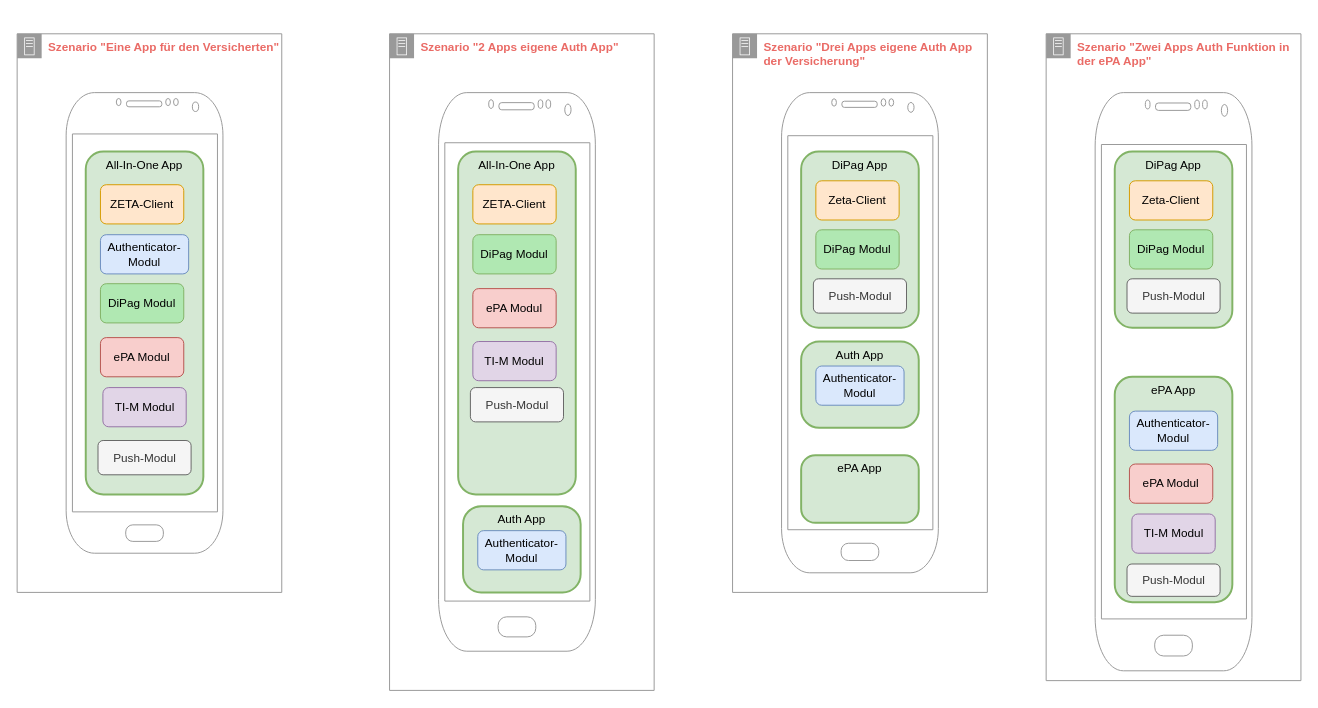
Above: image_src/DiPag_Integrationsszenarien.drawio in gematik/ig-versicherten-app (draw.io), before the change. Source tidied: cells renumbered, new cells numbered last; positions are measured from the earlier drawing's top-left corner, leaving out a move shared by most shapes. Both pictures are drawn from the tidied source at 98%, with x=0, y=0 at pixel (17, 33).
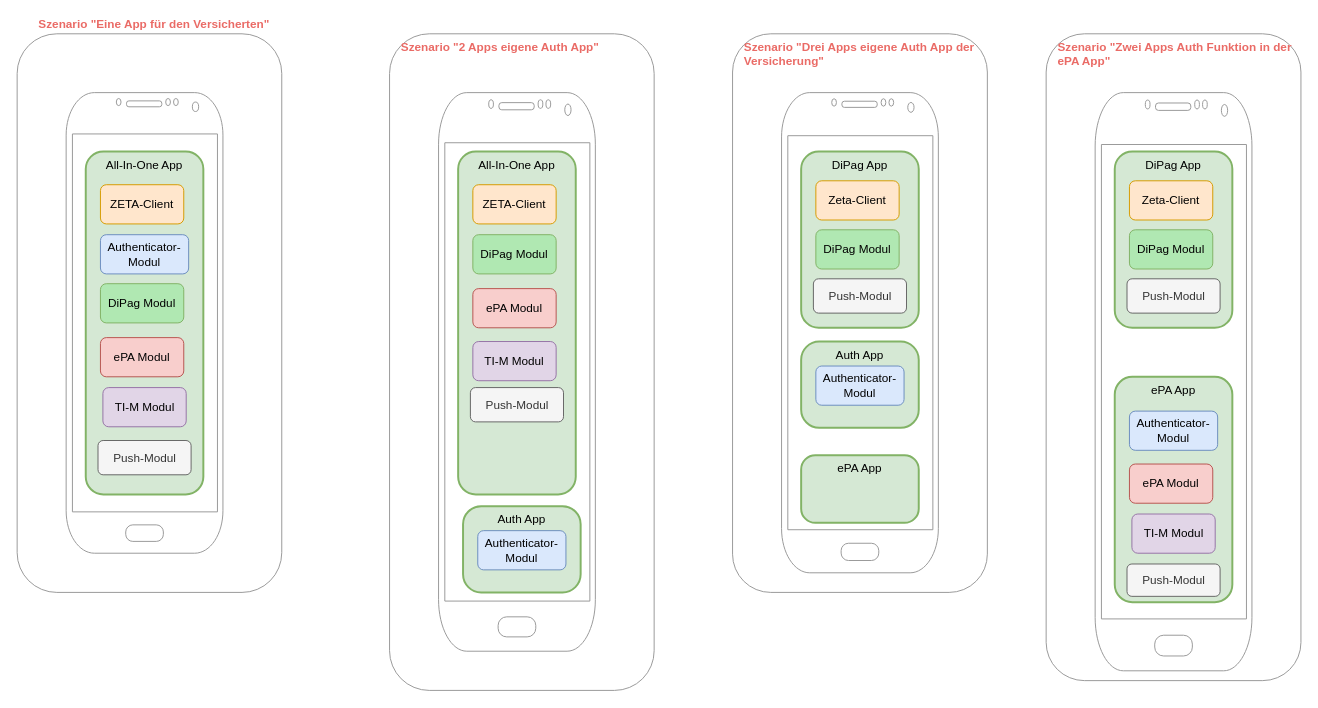
Above is the later version.

Commit message (it also covers changes not shown here):
docs: update integration scenarios and improve diagram clarity

The edit, as a diff of the source:
```diff
@@
-    <mxCell id="2" value="&lt;b style=&quot;border-color: var(--border-color); color: rgb(234, 107, 102);&quot;&gt;Szenario&amp;nbsp;&lt;/b&gt;&lt;font style=&quot;border-color: var(--border-color);&quot; color=&quot;#ea6b66&quot;&gt;&lt;b style=&quot;border-color: var(--border-color);&quot;&gt;&quot;Zwei Apps Auth Funktion in der ePA App&quot;&lt;/b&gt;&lt;/font&gt;" style="sketch=0;gradientColor=none;html=1;whiteSpace=wrap;fontSize=12;fontStyle=0;shape=mxgraph.aws4.group;grIcon=mxgraph.aws4.group_on_premise;strokeColor=#999999;fillColor=default;verticalAlign=top;align=left;spacingLeft=30;fontColor=#232F3E;dashed=0;" parent="1" vertex="1">
+    <mxCell id="2" value="&lt;b style=&quot;border-color: var(--border-color); color: rgb(234, 107, 102);&quot;&gt;Szenario&amp;nbsp;&lt;/b&gt;&lt;font style=&quot;border-color: var(--border-color);&quot; color=&quot;#ea6b66&quot;&gt;&lt;b style=&quot;border-color: var(--border-color);&quot;&gt;&quot;Zwei Apps Auth Funktion in der ePA App&quot;&lt;/b&gt;&lt;/font&gt;" style="rounded=1;whiteSpace=wrap;html=1;fontSize=12;fontStyle=0;strokeColor=#999999;fillColor=#FFFFFF;verticalAlign=top;align=left;spacingLeft=10;fontColor=#232F3E;dashed=0;" parent="1" vertex="1">
       <mxGeometry x="1050" width="260" height="660" as="geometry" />
     </mxCell>
@@
-    <mxCell id="4" value="&lt;b style=&quot;border-color: var(--border-color); color: rgb(234, 107, 102);&quot;&gt;Szenario&amp;nbsp;&lt;/b&gt;&lt;font style=&quot;border-color: var(--border-color);&quot; color=&quot;#ea6b66&quot;&gt;&lt;b style=&quot;border-color: var(--border-color);&quot;&gt;&quot;Drei Apps eigene Auth App der Versicherung&quot;&lt;/b&gt;&lt;/font&gt;" style="sketch=0;gradientColor=none;html=1;whiteSpace=wrap;fontSize=12;fontStyle=0;shape=mxgraph.aws4.group;grIcon=mxgraph.aws4.group_on_premise;strokeColor=#999999;fillColor=default;verticalAlign=top;align=left;spacingLeft=30;fontColor=#232F3E;dashed=0;" parent="1" vertex="1">
+    <mxCell id="4" value="&lt;b style=&quot;border-color: var(--border-color); color: rgb(234, 107, 102);&quot;&gt;Szenario&amp;nbsp;&lt;/b&gt;&lt;font style=&quot;border-color: var(--border-color);&quot; color=&quot;#ea6b66&quot;&gt;&lt;b style=&quot;border-color: var(--border-color);&quot;&gt;&quot;Drei Apps eigene Auth App der Versicherung&quot;&lt;/b&gt;&lt;/font&gt;" style="rounded=1;whiteSpace=wrap;html=1;fontSize=12;fontStyle=0;strokeColor=#999999;fillColor=#FFFFFF;verticalAlign=top;align=left;spacingLeft=10;fontColor=#232F3E;dashed=0;" parent="1" vertex="1">
       <mxGeometry x="730" width="260" height="570" as="geometry" />
     </mxCell>
@@
-    <mxCell id="6" value="&lt;b style=&quot;border-color: var(--border-color); color: rgb(234, 107, 102);&quot;&gt;Szenario&amp;nbsp;&lt;/b&gt;&lt;font color=&quot;#ea6b66&quot;&gt;&lt;b&gt;&quot;Eine App für den Versicherten&quot;&lt;/b&gt;&lt;/font&gt;" style="sketch=0;gradientColor=none;html=1;whiteSpace=wrap;fontSize=12;fontStyle=0;shape=mxgraph.aws4.group;grIcon=mxgraph.aws4.group_on_premise;strokeColor=#999999;fillColor=default;verticalAlign=top;align=left;spacingLeft=30;fontColor=#232F3E;dashed=0;" parent="1" vertex="1">
+    <mxCell id="6" value="&lt;b style=&quot;border-color: var(--border-color); color: rgb(234, 107, 102);&quot;&gt;Szenario&amp;nbsp;&lt;/b&gt;&lt;font color=&quot;#ea6b66&quot;&gt;&lt;b&gt;&quot;Eine App für den Versicherten&quot;&lt;/b&gt;&lt;/font&gt;" style="rounded=1;whiteSpace=wrap;html=1;fontSize=12;fontStyle=0;strokeColor=#999999;fillColor=#FFFFFF;verticalAlign=bottom;align=center;spacingLeft=10;fontColor=#232F3E;dashed=0;labelPosition=center;verticalLabelPosition=top;" parent="1" vertex="1">
       <mxGeometry width="270" height="570" as="geometry" />
     </mxCell>
@@
-    <mxCell id="31" value="&lt;b style=&quot;border-color: var(--border-color); color: rgb(234, 107, 102);&quot;&gt;Szenario&amp;nbsp;&lt;/b&gt;&lt;font color=&quot;#ea6b66&quot;&gt;&lt;b&gt;&quot;2 Apps eigene Auth App&quot;&lt;/b&gt;&lt;/font&gt;" style="sketch=0;gradientColor=none;html=1;whiteSpace=wrap;fontSize=12;fontStyle=0;shape=mxgraph.aws4.group;grIcon=mxgraph.aws4.group_on_premise;strokeColor=#999999;fillColor=default;verticalAlign=top;align=left;spacingLeft=30;fontColor=#232F3E;dashed=0;" parent="1" vertex="1">
+    <mxCell id="31" value="&lt;b style=&quot;border-color: var(--border-color); color: rgb(234, 107, 102);&quot;&gt;Szenario&amp;nbsp;&lt;/b&gt;&lt;font color=&quot;#ea6b66&quot;&gt;&lt;b&gt;&quot;2 Apps eigene Auth App&quot;&lt;/b&gt;&lt;/font&gt;" style="rounded=1;whiteSpace=wrap;html=1;fontSize=12;fontStyle=0;strokeColor=#999999;fillColor=#FFFFFF;verticalAlign=top;align=left;spacingLeft=10;fontColor=#232F3E;dashed=0;" parent="1" vertex="1">
       <mxGeometry x="380" width="270" height="670" as="geometry" />
     </mxCell>
```
